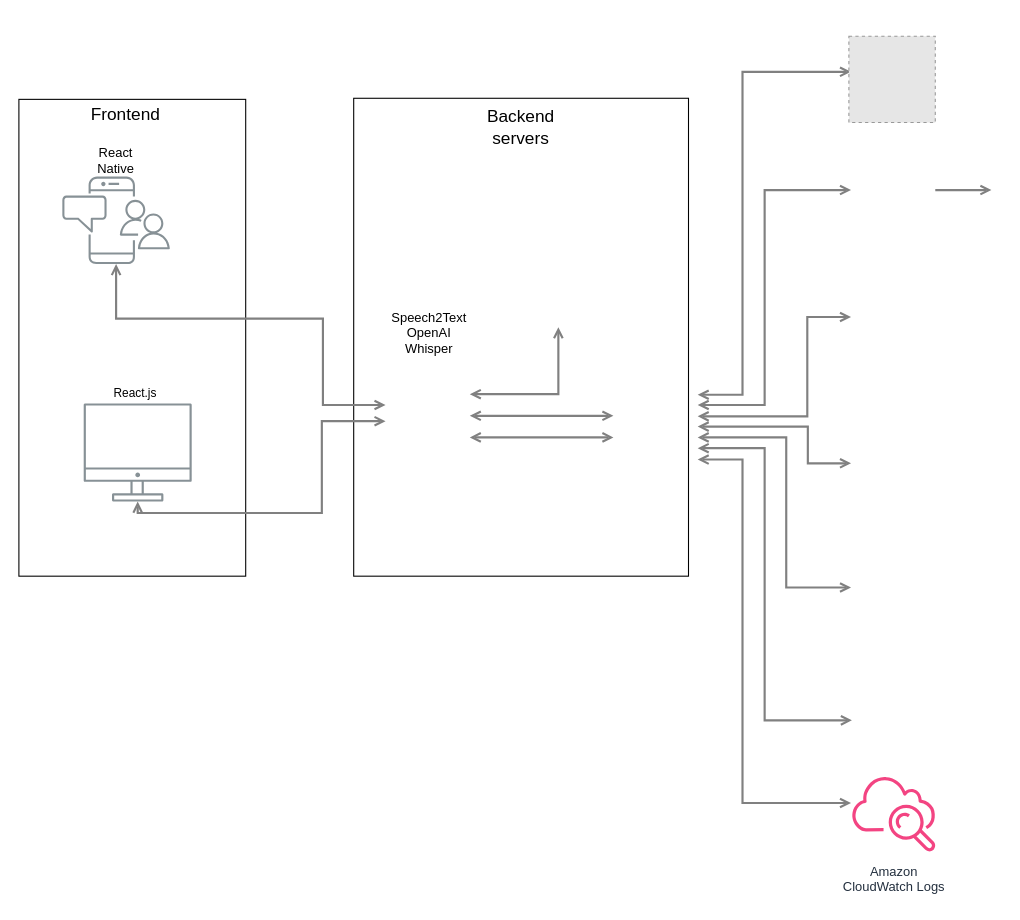
Earlier version of the draw.io diagram Untitled Diagram.drawio (BranislavMajernik/qcomp). Source tidied: cells renumbered, new cells numbered last; positions are measured from the earlier drawing's top-left corner, leaving out a move shared by most shapes. Both pictures are drawn from the tidied source at 108%, with x=0, y=0 at pixel (18, 36). Pictures stored in the file or linked from it are replaced by grey dashed boxes.
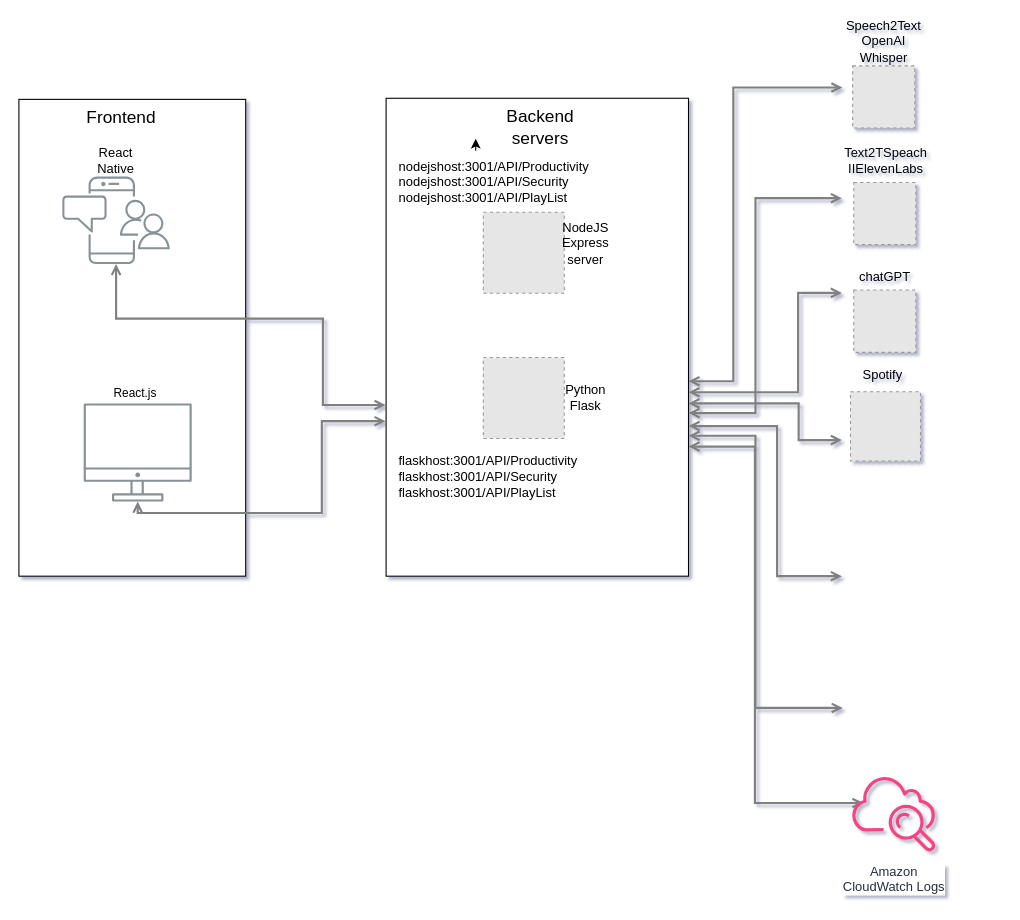
Above is the later version.

The change refers to these unchanged cells:
```xml
<mxCell id="19" value="Amazon&lt;br&gt;CloudWatch Logs&lt;br&gt;" style="outlineConnect=0;fontColor=#232F3E;gradientColor=none;gradientDirection=north;fillColor=#F34482;strokeColor=none;dashed=0;verticalLabelPosition=bottom;verticalAlign=top;align=center;html=1;fontSize=12;fontStyle=0;shape=mxgraph.aws4.cloudwatch;labelBackgroundColor=#ffffff;" parent="1" vertex="1">
  <mxGeometry x="770.5" y="681.5" width="78" height="78" as="geometry" />
</mxCell>
```

What changed in the source:
```diff
@@
-<mxGraphModel>
+<mxGraphModel shadow="1">
@@
     <mxCell id="2" style="rounded=0;whiteSpace=wrap;html=1;" parent="1" vertex="1">
-      <mxGeometry x="310" y="57.5" width="310" height="442.5" as="geometry" />
+      <mxGeometry x="340" y="57.5" width="280" height="442.5" as="geometry" />
     </mxCell>
@@
-    <mxCell id="6" style="edgeStyle=orthogonalEdgeStyle;rounded=0;orthogonalLoop=1;jettySize=auto;html=1;startArrow=open;startFill=0;endArrow=open;endFill=0;strokeWidth=2;strokeColor=#808080;" parent="1" edge="1">
-      <mxGeometry relative="1" as="geometry">
-        <mxPoint x="417.5" y="371.5" as="sourcePoint" />
-        <mxPoint x="550.5" y="371.5" as="targetPoint" />
-        <Array as="points">
-          <mxPoint x="480.5" y="371.5" />
-          <mxPoint x="480.5" y="371.5" />
-        </Array>
-      </mxGeometry>
-    </mxCell>
     <mxCell id="7" style="edgeStyle=orthogonalEdgeStyle;rounded=0;orthogonalLoop=1;jettySize=auto;html=1;startArrow=open;startFill=0;endArrow=open;endFill=0;strokeWidth=2;strokeColor=#808080;" parent="1" edge="1">
       <mxGeometry relative="1" as="geometry">
-        <mxPoint x="628.5" y="332" as="sourcePoint" />
-        <mxPoint x="770.5" y="33" as="targetPoint" />
+        <mxPoint x="620" y="319.5" as="sourcePoint" />
+        <mxPoint x="762.5" y="47.5" as="targetPoint" />
         <Array as="points">
-          <mxPoint x="670" y="332" />
-          <mxPoint x="670" y="33" />
+          <mxPoint x="661.5" y="319.5" />
+          <mxPoint x="661.5" y="47.5" />
+          <mxPoint x="762.5" y="47.5" />
         </Array>
       </mxGeometry>
     </mxCell>
     <mxCell id="8" style="edgeStyle=orthogonalEdgeStyle;rounded=0;orthogonalLoop=1;jettySize=auto;html=1;startArrow=open;startFill=0;endArrow=open;endFill=0;strokeWidth=2;strokeColor=#808080;" parent="1" edge="1">
       <mxGeometry relative="1" as="geometry">
-        <mxPoint x="628.5" y="341.5" as="sourcePoint" />
-        <mxPoint x="770.5" y="142.5" as="targetPoint" />
+        <mxPoint x="620" y="349" as="sourcePoint" />
+        <mxPoint x="762" y="150" as="targetPoint" />
         <Array as="points">
-          <mxPoint x="690.5" y="341.5" />
-          <mxPoint x="690.5" y="142.5" />
+          <mxPoint x="682" y="349" />
+          <mxPoint x="682" y="150" />
         </Array>
       </mxGeometry>
     </mxCell>
     <mxCell id="9" style="edgeStyle=orthogonalEdgeStyle;rounded=0;orthogonalLoop=1;jettySize=auto;html=1;startArrow=open;startFill=0;endArrow=open;endFill=0;strokeWidth=2;strokeColor=#808080;" parent="1" edge="1">
       <mxGeometry relative="1" as="geometry">
-        <mxPoint x="628.5" y="352" as="sourcePoint" />
-        <mxPoint x="770.5" y="260" as="targetPoint" />
+        <mxPoint x="620" y="329.7" as="sourcePoint" />
+        <mxPoint x="762" y="237.7" as="targetPoint" />
         <Array as="points">
-          <mxPoint x="730" y="352" />
-          <mxPoint x="730" y="260" />
+          <mxPoint x="721.5" y="329.7" />
+          <mxPoint x="721.5" y="237.7" />
         </Array>
       </mxGeometry>
     </mxCell>
     <mxCell id="10" style="edgeStyle=orthogonalEdgeStyle;rounded=0;orthogonalLoop=1;jettySize=auto;html=1;startArrow=open;startFill=0;endArrow=open;endFill=0;strokeWidth=2;strokeColor=#808080;" parent="1" edge="1">
       <mxGeometry relative="1" as="geometry">
-        <mxPoint x="628.5" y="361.5" as="sourcePoint" />
-        <mxPoint x="770.5" y="395.5" as="targetPoint" />
+        <mxPoint x="620" y="340" as="sourcePoint" />
+        <mxPoint x="762" y="374" as="targetPoint" />
         <Array as="points">
-          <mxPoint x="730.5" y="361.5" />
-          <mxPoint x="730.5" y="395.5" />
+          <mxPoint x="722" y="340" />
+          <mxPoint x="722" y="374" />
         </Array>
       </mxGeometry>
     </mxCell>
     <mxCell id="11" style="edgeStyle=orthogonalEdgeStyle;rounded=0;orthogonalLoop=1;jettySize=auto;html=1;startArrow=open;startFill=0;endArrow=open;endFill=0;strokeWidth=2;strokeColor=#808080;" parent="1" edge="1">
       <mxGeometry relative="1" as="geometry">
-        <mxPoint x="628.5" y="371.5" as="sourcePoint" />
-        <mxPoint x="770.5" y="510.5" as="targetPoint" />
+        <mxPoint x="620" y="361" as="sourcePoint" />
+        <mxPoint x="762" y="500" as="targetPoint" />
         <Array as="points">
-          <mxPoint x="710.5" y="371.5" />
-          <mxPoint x="710.5" y="510.5" />
+          <mxPoint x="702" y="361" />
+          <mxPoint x="702" y="500" />
         </Array>
       </mxGeometry>
     </mxCell>
     <mxCell id="12" style="edgeStyle=orthogonalEdgeStyle;rounded=0;orthogonalLoop=1;jettySize=auto;html=1;startArrow=open;startFill=0;endArrow=open;endFill=0;strokeWidth=2;strokeColor=#808080;" parent="1" edge="1">
       <mxGeometry relative="1" as="geometry">
-        <mxPoint x="628.5" y="381.5" as="sourcePoint" />
-        <mxPoint x="771.3" y="633.5" as="targetPoint" />
+        <mxPoint x="620" y="370" as="sourcePoint" />
+        <mxPoint x="762.8" y="622" as="targetPoint" />
         <Array as="points">
-          <mxPoint x="690.5" y="381.5" />
-          <mxPoint x="690.5" y="633.5" />
+          <mxPoint x="682" y="370" />
+          <mxPoint x="682" y="622" />
         </Array>
       </mxGeometry>
     </mxCell>
-    <mxCell id="13" style="edgeStyle=orthogonalEdgeStyle;rounded=0;jettySize=auto;html=1;startArrow=open;startFill=0;endArrow=open;endFill=0;strokeWidth=2;strokeColor=#808080;" parent="1" edge="1" target="19">
+    <mxCell id="13" style="edgeStyle=orthogonalEdgeStyle;rounded=0;orthogonalLoop=1;jettySize=auto;html=1;startArrow=open;startFill=0;endArrow=open;endFill=0;strokeWidth=2;strokeColor=#808080;" parent="1" edge="1">
       <mxGeometry relative="1" as="geometry">
-        <mxPoint x="628.5" y="392" as="sourcePoint" />
+        <mxPoint x="620" y="380" as="sourcePoint" />
+        <mxPoint x="782" y="710" as="targetPoint" />
         <Array as="points">
-          <mxPoint x="670" y="392" />
-          <mxPoint x="670" y="710" />
+          <mxPoint x="640.5" y="379.9" />
+          <mxPoint x="681.5" y="379.9" />
+          <mxPoint x="681.5" y="709.9" />
         </Array>
       </mxGeometry>
     </mxCell>
-    <mxCell id="14" style="edgeStyle=orthogonalEdgeStyle;rounded=0;orthogonalLoop=1;jettySize=auto;html=1;startArrow=none;startFill=0;endArrow=open;endFill=0;strokeWidth=2;strokeColor=#808080;" parent="1" edge="1">
-      <mxGeometry relative="1" as="geometry">
-        <mxPoint x="848.5" y="142.5" as="sourcePoint" />
-        <mxPoint x="900.5" y="142.5" as="targetPoint" />
-      </mxGeometry>
-    </mxCell>
-    <mxCell id="15" style="edgeStyle=orthogonalEdgeStyle;rounded=0;orthogonalLoop=1;jettySize=auto;html=1;startArrow=open;startFill=0;endArrow=open;endFill=0;strokeWidth=2;strokeColor=#808080;" parent="1" edge="1">
-      <mxGeometry relative="1" as="geometry">
-        <mxPoint x="499.5" y="269.5" as="sourcePoint" />
-        <mxPoint x="417.5" y="331.5" as="targetPoint" />
-        <Array as="points">
-          <mxPoint x="499.5" y="331.5" />
-        </Array>
-      </mxGeometry>
-    </mxCell>
-    <mxCell id="16" style="edgeStyle=orthogonalEdgeStyle;rounded=0;orthogonalLoop=1;jettySize=auto;html=1;startArrow=open;startFill=0;endArrow=open;endFill=0;strokeWidth=2;strokeColor=#808080;" parent="1" edge="1">
-      <mxGeometry relative="1" as="geometry">
-        <mxPoint x="417.5" y="351.5" as="sourcePoint" />
-        <mxPoint x="550.5" y="351.5" as="targetPoint" />
-        <Array as="points">
-          <mxPoint x="480.5" y="351.5" />
-          <mxPoint x="480.5" y="351.5" />
-        </Array>
-      </mxGeometry>
-    </mxCell>
@@
     <mxCell id="22" value="&lt;font style=&quot;font-size: 16px;&quot;&gt;Frontend&lt;/font&gt;" style="text;html=1;strokeColor=none;fillColor=none;align=center;verticalAlign=middle;whiteSpace=wrap;rounded=0;" parent="1" vertex="1">
-      <mxGeometry x="39" y="50" width="120" height="44" as="geometry" />
+      <mxGeometry x="35" y="53" width="120" height="44" as="geometry" />
     </mxCell>
     <mxCell id="23" style="fillColor=#E6E6E6;strokeColor=#999999;dashed=1;verticalLabelPosition=bottom;labelBackgroundColor=default;verticalAlign=top;" parent="1" vertex="1">
-      <mxGeometry x="768.5" width="80" height="80" as="geometry" />
+      <mxGeometry x="772" y="27.5" width="57.5" height="57.5" as="geometry" />
     </mxCell>
     <mxCell id="24" value="Speech2Text&lt;br&gt;OpenAI Whisper" style="text;html=1;strokeColor=none;fillColor=none;align=center;verticalAlign=middle;whiteSpace=wrap;rounded=0;" parent="1" vertex="1">
-      <mxGeometry x="350" y="260" width="60" height="30" as="geometry" />
+      <mxGeometry x="770.5" y="-10" width="60" height="30" as="geometry" />
     </mxCell>
     <mxCell id="25" value="&lt;font style=&quot;font-size: 16px;&quot;&gt;Backend servers&lt;/font&gt;" style="text;html=1;strokeColor=none;fillColor=none;align=center;verticalAlign=middle;whiteSpace=wrap;rounded=0;" parent="1" vertex="1">
-      <mxGeometry x="405" y="62" width="120" height="44" as="geometry" />
+      <mxGeometry x="423" y="62" width="120" height="44" as="geometry" />
     </mxCell>
+    <mxCell id="26" style="fillColor=#E6E6E6;strokeColor=#999999;dashed=1;verticalLabelPosition=bottom;labelBackgroundColor=default;verticalAlign=top;" parent="1" vertex="1">
+      <mxGeometry x="773" y="135.5" width="57.5" height="57.5" as="geometry" />
+    </mxCell>
+    <mxCell id="27" value="Text2TSpeach&lt;br&gt;IIElevenLabs" style="text;html=1;strokeColor=none;fillColor=none;align=center;verticalAlign=middle;whiteSpace=wrap;rounded=0;" parent="1" vertex="1">
+      <mxGeometry x="772.5" y="100" width="60" height="30" as="geometry" />
+    </mxCell>
+    <mxCell id="28" style="fillColor=#E6E6E6;strokeColor=#999999;dashed=1;verticalLabelPosition=bottom;labelBackgroundColor=default;verticalAlign=top;" parent="1" vertex="1">
+      <mxGeometry x="773" y="235" width="57.5" height="57.8" as="geometry" />
+    </mxCell>
+    <mxCell id="29" value="chatGPT" style="text;html=1;strokeColor=none;fillColor=none;align=center;verticalAlign=middle;whiteSpace=wrap;rounded=0;" parent="1" vertex="1">
+      <mxGeometry x="771.5" y="208" width="60" height="30" as="geometry" />
+    </mxCell>
+    <mxCell id="30" style="fillColor=#E6E6E6;strokeColor=#999999;dashed=1;verticalLabelPosition=bottom;labelBackgroundColor=default;verticalAlign=top;fontColor=#431414;" parent="1" vertex="1">
+      <mxGeometry x="430" y="163" width="75" height="75" as="geometry" />
+    </mxCell>
+    <mxCell id="31" style="fillColor=#E6E6E6;strokeColor=#999999;dashed=1;verticalLabelPosition=bottom;labelBackgroundColor=default;verticalAlign=top;" parent="1" vertex="1">
+      <mxGeometry x="430" y="297.5" width="75" height="75" as="geometry" />
+    </mxCell>
+    <mxCell id="32" value="NodeJS Express server" style="text;html=1;strokeColor=none;fillColor=none;align=center;verticalAlign=middle;whiteSpace=wrap;rounded=0;" parent="1" vertex="1">
+      <mxGeometry x="495" y="176.5" width="60" height="30" as="geometry" />
+    </mxCell>
+    <mxCell id="33" value="Python Flask" style="text;html=1;strokeColor=none;fillColor=none;align=center;verticalAlign=middle;whiteSpace=wrap;rounded=0;" parent="1" vertex="1">
+      <mxGeometry x="495" y="320" width="60" height="30" as="geometry" />
+    </mxCell>
+    <mxCell id="34" style="fillColor=#E6E6E6;strokeColor=#999999;dashed=1;verticalLabelPosition=bottom;labelBackgroundColor=default;verticalAlign=top;" parent="1" vertex="1">
+      <mxGeometry x="770" y="329.2" width="64.8" height="64.2" as="geometry" />
+    </mxCell>
+    <mxCell id="35" value="Spotify" style="text;html=1;strokeColor=none;fillColor=none;align=center;verticalAlign=middle;whiteSpace=wrap;rounded=0;" parent="1" vertex="1">
+      <mxGeometry x="769.5" y="299.2" width="60" height="30" as="geometry" />
+    </mxCell>
+    <mxCell id="36" value="nodejshost:3001/API/Productivity&lt;br&gt;nodejshost:3001/API/Security&lt;br&gt;nodejshost:3001/API/PlayList" style="text;html=1;strokeColor=none;fillColor=none;align=left;verticalAlign=middle;whiteSpace=wrap;rounded=0;" parent="1" vertex="1">
+      <mxGeometry x="350" y="120" width="60" height="30" as="geometry" />
+    </mxCell>
+    <mxCell id="37" style="edgeStyle=orthogonalEdgeStyle;rounded=0;orthogonalLoop=1;jettySize=auto;html=1;exitX=0;exitY=1;exitDx=0;exitDy=0;entryX=0;entryY=0.75;entryDx=0;entryDy=0;" parent="1" edge="1" source="25" target="25">
+      <mxGeometry relative="1" as="geometry" />
+    </mxCell>
+    <mxCell id="38" value="flaskhost:3001/API/Productivity&lt;br&gt;flaskhost:3001/API/Security&lt;br&gt;flaskhost:3001/API/PlayList" style="text;html=1;strokeColor=none;fillColor=none;align=left;verticalAlign=middle;whiteSpace=wrap;rounded=0;" parent="1" vertex="1">
+      <mxGeometry x="350" y="393.4" width="60" height="30" as="geometry" />
+    </mxCell>
```
